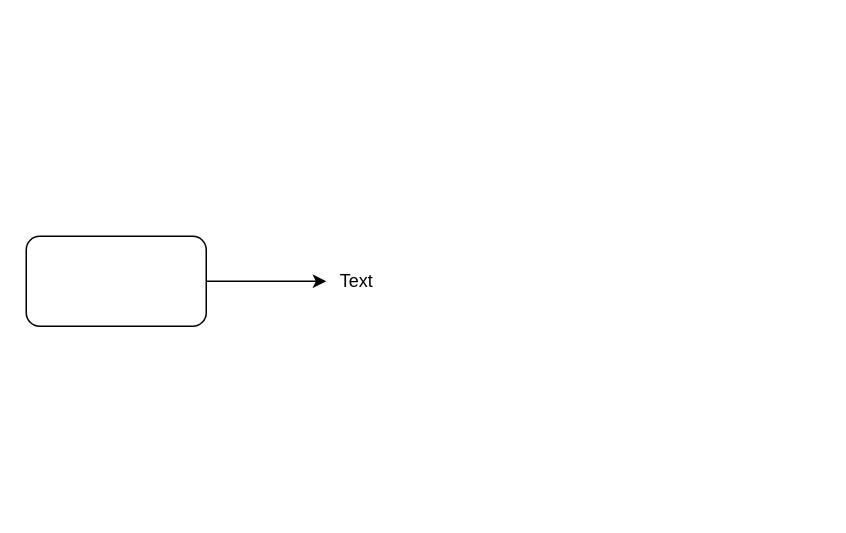
This is 绘图模块.drawio from fangfengfei/helloGit, a draw.io file, before an edit. Source tidied: cells renumbered, new cells numbered last; positions are measured from the earlier drawing's top-left corner, leaving out a move shared by most shapes. Both pictures are drawn from the tidied source at 150%, with x=0, y=0 at pixel (26, 236).
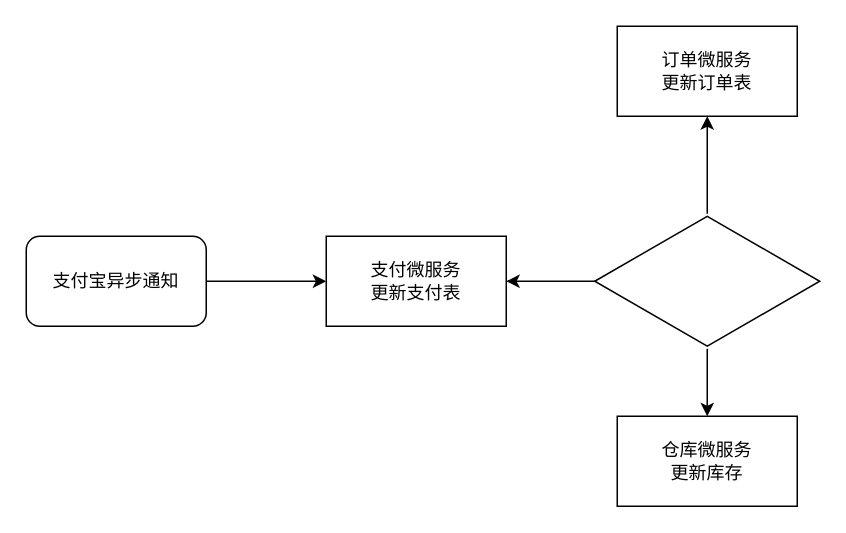
The same page after the edit.

Commit message:
支付表异步通知

Change to the diagram source:
```diff
@@
-<mxGraphModel>
+<mxGraphModel background="#FFFFFF">
   <root>
     <mxCell id="0" />
     <mxCell id="1" parent="0" />
-    <mxCell id="2" style="edgeStyle=orthogonalEdgeStyle;rounded=0;jettySize=auto;html=1;" parent="1" edge="1" source="3" target="4">
-      <mxGeometry relative="1" as="geometry" />
-    </mxCell>
+    <mxCell id="5" style="edgeStyle=orthogonalEdgeStyle;rounded=0;jettySize=auto;html=1;" parent="1" edge="1" source="3" target="6">
+      <mxGeometry relative="1" as="geometry" />
+    </mxCell>
-    <mxCell id="3" style="rounded=1;whiteSpace=wrap;html=1;" parent="1" vertex="1">
+    <mxCell id="3" value="支付宝异步通知" style="rounded=1;whiteSpace=wrap;html=1;" parent="1" vertex="1">
       <mxGeometry width="120" height="60" as="geometry" />
     </mxCell>
-    <mxCell id="4" value="Text" style="text;html=1;align=center;verticalAlign=middle;points=[];" parent="1" vertex="1">
-      <mxGeometry x="200" y="20" width="40" height="20" as="geometry" />
-    </mxCell>
+    <mxCell id="6" value="支付微服务&lt;br&gt;更新支付表" style="rounded=0;whiteSpace=wrap;html=1;" parent="1" vertex="1">
+      <mxGeometry x="200" width="120" height="60" as="geometry" />
+    </mxCell>
+    <mxCell id="7" value="订单微服务&lt;br&gt;更新订单表" style="whiteSpace=wrap;html=1;rounded=0;" parent="1" vertex="1">
+      <mxGeometry x="394" y="-140" width="120" height="60" as="geometry" />
+    </mxCell>
+    <mxCell id="8" value="仓库微服务&lt;br&gt;更新库存&lt;br&gt;" style="rounded=0;whiteSpace=wrap;html=1;" parent="1" vertex="1">
+      <mxGeometry x="394" y="120" width="120" height="60" as="geometry" />
+    </mxCell>
+    <mxCell id="9" style="edgeStyle=orthogonalEdgeStyle;rounded=0;jettySize=auto;html=1;" parent="1" edge="1" source="12" target="6">
+      <mxGeometry relative="1" as="geometry" />
+    </mxCell>
+    <mxCell id="10" style="edgeStyle=orthogonalEdgeStyle;rounded=0;jettySize=auto;html=1;" parent="1" edge="1" source="12" target="7">
+      <mxGeometry relative="1" as="geometry" />
+    </mxCell>
+    <mxCell id="11" style="edgeStyle=orthogonalEdgeStyle;rounded=0;jettySize=auto;html=1;" parent="1" edge="1" source="12" target="8">
+      <mxGeometry relative="1" as="geometry" />
+    </mxCell>
+    <mxCell id="12" style="html=1;whiteSpace=wrap;shape=isoRectangle;" parent="1" vertex="1">
+      <mxGeometry x="379" y="-15" width="150" height="90" as="geometry" />
+    </mxCell>
   </root>
 </mxGraphModel>
```
